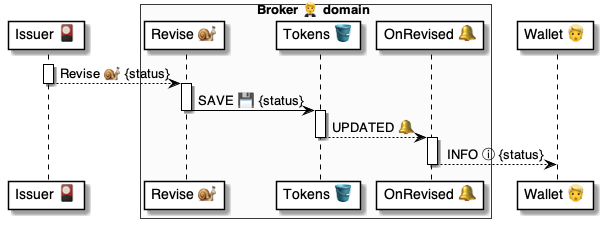
The PlantUML diagram 4 ⚙️ Solution/20 🧑‍🦰 UI/Brokers 🤵/🤵🪣 Broker tables/Tokens 🎫 table/🪣🔔 7 Revised/🤵 OnTokenRevised ⚙️ uml.png in pollyweb-org/pollyweb-docs, before a commit. Its source is kept beside it as 4 ⚙️ Solution/20 🧑‍🦰 UI/Brokers 🤵/🤵🪣 Broker tables/Tokens 🎫 table/🪣🔔 7 Revised/🤵 OnTokenRevised ⚙️ uml.puml. The source it was exported from:
```plantuml
@startuml OnTokenRevised


participant "Issuer 🎴" as issuer

box Broker 🤵 domain #FFFAFA
    participant "Revise 🐌" as script
    participant "OnLanguage 🔔" as script
    participant "Tokens 🪣" as tokens
    participant "OnRevised 🔔" as handler
end box

participant "Wallet 👱" as wallet


activate issuer
    issuer --> script: Revise 🐌 {status}
deactivate issuer

activate script
    script -> tokens: SAVE 💾 {status}
deactivate script

activate tokens
    tokens --> handler: UPDATED 🔔
deactivate tokens

activate handler
    handler --> wallet: INFO ⓘ {status}
deactivate handler


@enduml
```
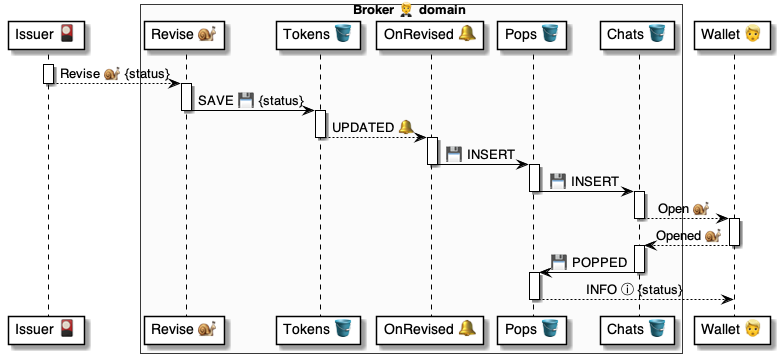
After the change.

Change to the diagram source:
```diff
@@ -7,7 +7,9 @@
     participant "Revise 🐌" as script
     participant "OnLanguage 🔔" as script
     participant "Tokens 🪣" as tokens
-    participant "OnRevised 🔔" as handler
+    participant "OnRevised 🔔" as onRevised
+    participant "Pops 🪣" as pops
+    participant "Chats 🪣" as chats
 end box
 
 participant "Wallet 👱" as wallet
@@ -22,12 +24,32 @@
 deactivate script
 
 activate tokens
-    tokens --> handler: UPDATED 🔔
+    tokens --> onRevised: UPDATED 🔔
 deactivate tokens
 
-activate handler
-    handler --> wallet: INFO ⓘ {status}
-deactivate handler
+activate onRevised
+    onRevised -> pops: 💾 INSERT
+deactivate onRevised
+
+activate pops
+    pops -> chats: 💾 INSERT
+deactivate pops
+
+activate chats
+    chats --> wallet: Open 🐌
+deactivate chats
+
+activate wallet
+    wallet --> chats: Opened 🐌
+deactivate wallet
+
+activate chats
+    chats -> pops: 💾 POPPED
+deactivate chats
+
+activate pops
+    pops --> wallet: INFO ⓘ {status}
+deactivate pops
 
 
 @enduml
```
